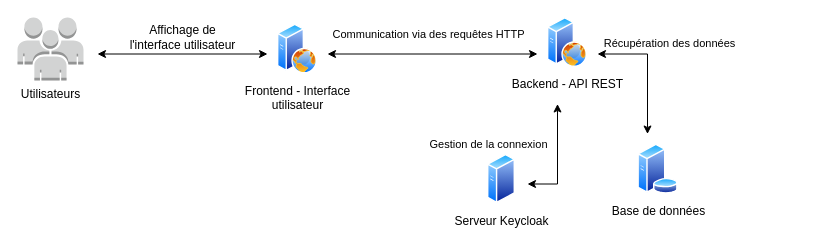
Marinlestylo/template-tb keeps this draw.io diagram as assets/figures/Architecture.drawio. Above is the earlier version. Source tidied: cells renumbered, new cells numbered last; positions are measured from the earlier drawing's top-left corner, leaving out a move shared by most shapes. Both pictures are drawn from the tidied source at 100%, with x=0, y=0 at pixel (17, 17).
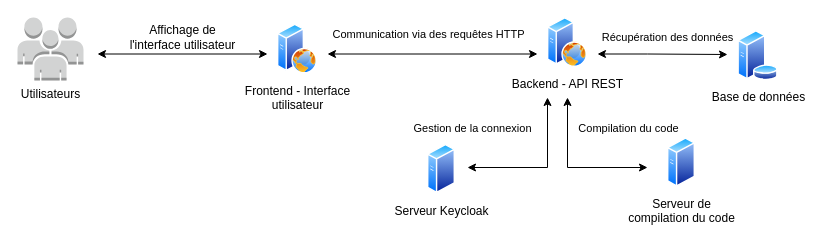
The same page after the edit.

Diff of the diagram source:
```diff
@@
     <mxCell id="4" value="Base de données" style="image;perimeter=ellipsePerimeter;html=1;align=center;shadow=0;dashed=0;spacingTop=3;image=img/lib/active_directory/database_server.svg;" parent="1" vertex="1">
-      <mxGeometry x="620" y="126.5" width="41" height="50" as="geometry" />
+      <mxGeometry x="720" y="13" width="41" height="50" as="geometry" />
     </mxCell>
@@
     <mxCell id="6" value="Serveur Keycloak" style="image;perimeter=ellipsePerimeter;html=1;align=center;shadow=0;dashed=0;spacingTop=3;image=img/lib/active_directory/generic_server.svg;" parent="1" vertex="1">
-      <mxGeometry x="470" y="136.5" width="28" height="50" as="geometry" />
+      <mxGeometry x="410" y="126.5" width="28" height="50" as="geometry" />
     </mxCell>
@@
     <mxCell id="10" style="endArrow=classic;startArrow=classic;html=1;rounded=0;" parent="1" edge="1">
       <mxGeometry relative="1" as="geometry">
         <mxPoint x="580" y="36.5" as="sourcePoint" />
-        <mxPoint x="630" y="116.5" as="targetPoint" />
+        <mxPoint x="710" y="37" as="targetPoint" />
         <Array as="points">
           <mxPoint x="630" y="36.5" />
         </Array>
       </mxGeometry>
     </mxCell>
     <mxCell id="11" value="Récupération des données" style="edgeLabel;html=1;align=center;verticalAlign=middle;" parent="10" vertex="1">
       <mxGeometry x="0.06" y="-1" relative="1" as="geometry">
-        <mxPoint x="22" y="-30" as="offset" />
+        <mxPoint x="1" y="-18" as="offset" />
       </mxGeometry>
     </mxCell>
     <mxCell id="12" style="endArrow=classic;startArrow=classic;html=1;rounded=0;" parent="1" edge="1">
       <mxGeometry relative="1" as="geometry">
-        <mxPoint x="510" y="166.5" as="sourcePoint" />
-        <mxPoint x="540" y="86.5" as="targetPoint" />
+        <mxPoint x="450" y="150" as="sourcePoint" />
+        <mxPoint x="530" y="80" as="targetPoint" />
         <Array as="points">
-          <mxPoint x="540" y="166.5" />
+          <mxPoint x="530" y="150" />
         </Array>
       </mxGeometry>
     </mxCell>
     <mxCell id="13" value="Gestion de la connexion" style="edgeLabel;html=1;align=center;verticalAlign=middle;" parent="12" vertex="1">
       <mxGeometry x="-0.02" relative="1" as="geometry">
-        <mxPoint x="-70" y="-16" as="offset" />
+        <mxPoint x="-70" y="-40" as="offset" />
       </mxGeometry>
     </mxCell>
@@
+    <mxCell id="15" value="Serveur de &lt;br&gt;compilation du code" style="image;perimeter=ellipsePerimeter;html=1;align=center;shadow=0;dashed=0;spacingTop=3;image=img/lib/active_directory/generic_server.svg;" parent="1" vertex="1">
+      <mxGeometry x="650" y="120" width="28" height="50" as="geometry" />
+    </mxCell>
+    <mxCell id="16" style="endArrow=classic;startArrow=classic;html=1;rounded=0;" parent="1" edge="1">
+      <mxGeometry relative="1" as="geometry">
+        <mxPoint x="630" y="150" as="sourcePoint" />
+        <mxPoint x="550" y="80" as="targetPoint" />
+        <Array as="points">
+          <mxPoint x="550" y="150" />
+        </Array>
+      </mxGeometry>
+    </mxCell>
+    <mxCell id="17" value="Compilation du code" style="edgeLabel;html=1;align=center;verticalAlign=middle;" parent="16" vertex="1">
+      <mxGeometry x="-0.02" relative="1" as="geometry">
+        <mxPoint x="54" y="-40" as="offset" />
+      </mxGeometry>
+    </mxCell>
```
